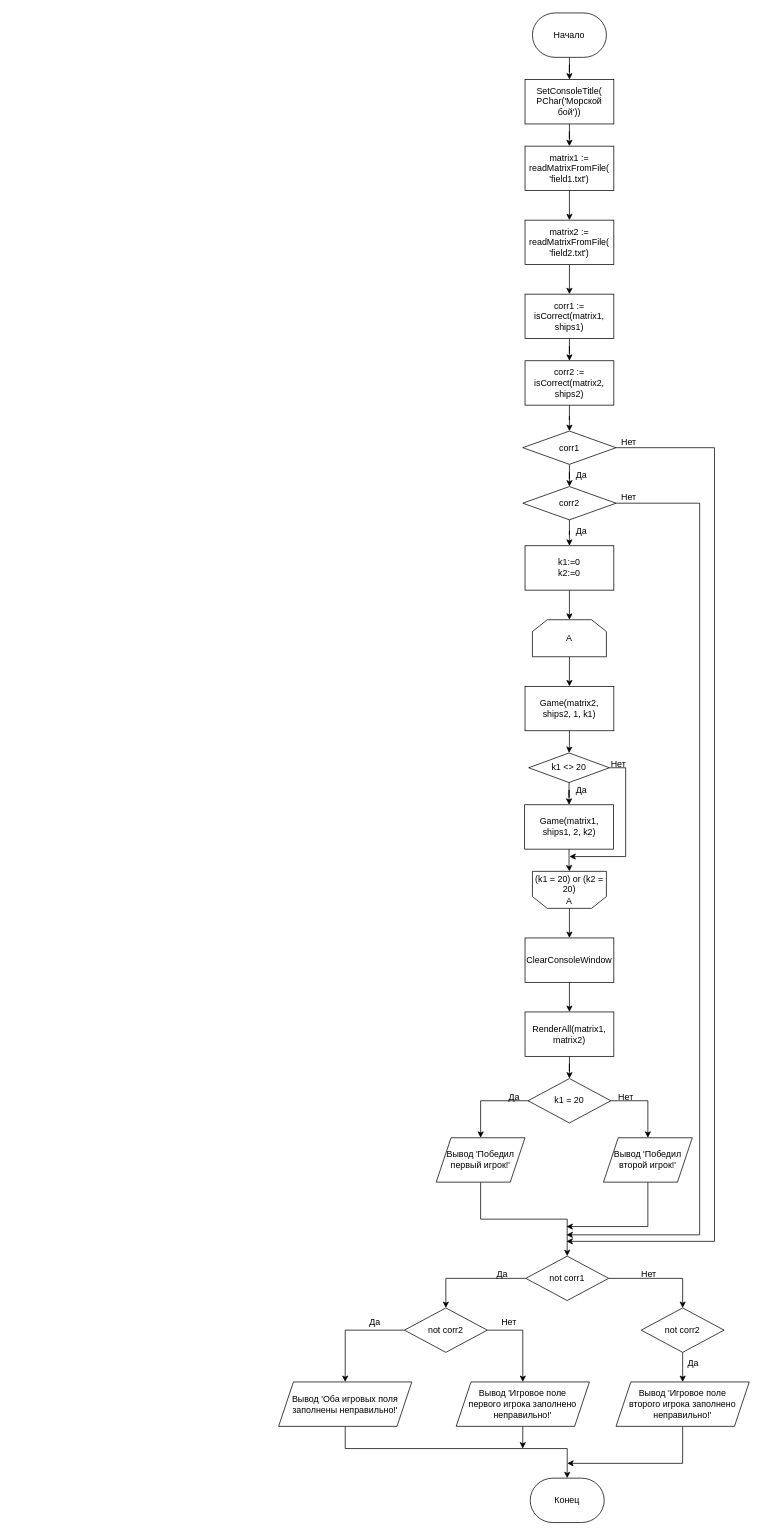
Above: documents/schemes/main.drawio in Radium000/OPI2 (draw.io), before the change. Source tidied: cells renumbered, new cells numbered last; positions are measured from the earlier drawing's top-left corner, leaving out a move shared by most shapes. Both pictures are drawn from the tidied source at 74%, with x=0, y=0 at pixel (278, 13).
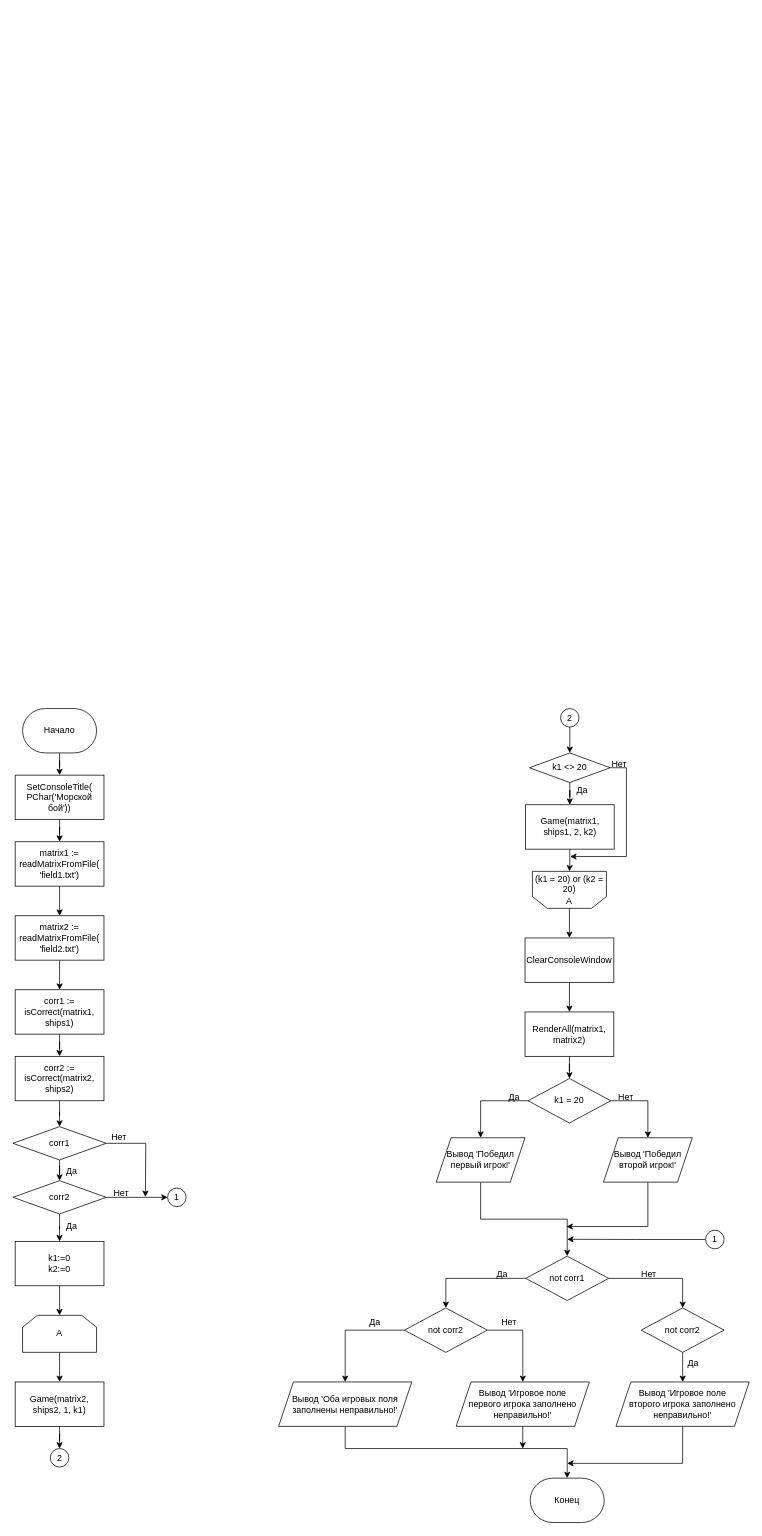
Above is the later version.

The edit, as a diff of the source:
```diff
@@
     <mxCell id="3" value="Начало" style="strokeWidth=1;html=1;shape=mxgraph.flowchart.terminator;whiteSpace=wrap;" parent="1" vertex="1">
-      <mxGeometry x="343" width="100" height="60" as="geometry" />
+      <mxGeometry x="-346" y="940" width="100" height="60" as="geometry" />
     </mxCell>
@@
     <mxCell id="5" value="SetConsoleTitle(&lt;br&gt;PChar('Морской бой'))" style="whiteSpace=wrap;html=1;strokeWidth=1;" parent="1" vertex="1">
-      <mxGeometry x="333" y="90" width="120" height="60" as="geometry" />
+      <mxGeometry x="-356" y="1030" width="120" height="60" as="geometry" />
     </mxCell>
@@
     <mxCell id="7" value="matrix1 := readMatrixFromFile(&lt;br&gt;'field1.txt')" style="whiteSpace=wrap;html=1;strokeWidth=1;" parent="1" vertex="1">
-      <mxGeometry x="333" y="180" width="120" height="60" as="geometry" />
+      <mxGeometry x="-356" y="1120" width="120" height="60" as="geometry" />
     </mxCell>
@@
     <mxCell id="9" value="matrix2 := readMatrixFromFile(&lt;br&gt;'field2.txt')" style="whiteSpace=wrap;html=1;strokeWidth=1;" parent="1" vertex="1">
-      <mxGeometry x="333" y="280" width="120" height="60" as="geometry" />
+      <mxGeometry x="-356" y="1220" width="120" height="60" as="geometry" />
     </mxCell>
@@
     <mxCell id="11" value="corr1 := isCorrect(matrix1, ships1)" style="whiteSpace=wrap;html=1;strokeWidth=1;" parent="1" vertex="1">
-      <mxGeometry x="333" y="380" width="120" height="60" as="geometry" />
+      <mxGeometry x="-356" y="1320" width="120" height="60" as="geometry" />
     </mxCell>
@@
     <mxCell id="13" value="corr2 := isCorrect(matrix2, ships2)" style="whiteSpace=wrap;html=1;strokeWidth=1;" parent="1" vertex="1">
-      <mxGeometry x="333" y="470" width="120" height="60" as="geometry" />
+      <mxGeometry x="-356" y="1410" width="120" height="60" as="geometry" />
     </mxCell>
@@
-    <mxCell id="15" style="edgeStyle=orthogonalEdgeStyle;rounded=0;jettySize=auto;html=1;exitX=1;exitY=0.5;exitDx=0;exitDy=0;" parent="1" edge="1" source="16">
-      <mxGeometry relative="1" as="geometry">
-        <mxPoint x="389" y="1660" as="targetPoint" />
-        <Array as="points">
-          <mxPoint x="589" y="588" />
-          <mxPoint x="589" y="1660" />
-          <mxPoint x="389" y="1660" />
-        </Array>
-      </mxGeometry>
-    </mxCell>
+    <mxCell id="72" style="edgeStyle=orthogonalEdgeStyle;rounded=0;jettySize=auto;html=1;exitX=1;exitY=0.5;exitDx=0;exitDy=0;" parent="1" edge="1" source="16">
+      <mxGeometry relative="1" as="geometry">
+        <mxPoint x="-180" y="1600" as="targetPoint" />
+      </mxGeometry>
+    </mxCell>
     <mxCell id="16" value="corr1" style="rhombus;whiteSpace=wrap;html=1;strokeWidth=1;" parent="1" vertex="1">
-      <mxGeometry x="330" y="565" width="126" height="45" as="geometry" />
+      <mxGeometry x="-359" y="1505" width="126" height="45" as="geometry" />
     </mxCell>
@@
-    <mxCell id="18" style="edgeStyle=orthogonalEdgeStyle;rounded=0;jettySize=auto;html=1;exitX=1;exitY=0.5;exitDx=0;exitDy=0;" parent="1" edge="1" source="19">
-      <mxGeometry relative="1" as="geometry">
-        <mxPoint x="389" y="1651.2" as="targetPoint" />
-        <Array as="points">
-          <mxPoint x="569" y="663" />
-          <mxPoint x="569" y="1651" />
-        </Array>
-      </mxGeometry>
-    </mxCell>
+    <mxCell id="73" style="edgeStyle=orthogonalEdgeStyle;rounded=0;jettySize=auto;html=1;exitX=1;exitY=0.5;exitDx=0;exitDy=0;" parent="1" edge="1" source="19" target="75">
+      <mxGeometry relative="1" as="geometry" />
+    </mxCell>
     <mxCell id="19" value="corr2" style="rhombus;whiteSpace=wrap;html=1;strokeWidth=1;" parent="1" vertex="1">
-      <mxGeometry x="330" y="640" width="126" height="45" as="geometry" />
+      <mxGeometry x="-359" y="1578" width="126" height="45" as="geometry" />
     </mxCell>
@@
     <mxCell id="21" value="&lt;div&gt;k1:=0&lt;/div&gt;&lt;div&gt;&lt;span style=&quot;background-color: initial;&quot;&gt;k2:=0&lt;/span&gt;&lt;/div&gt;" style="whiteSpace=wrap;html=1;strokeWidth=1;" parent="1" vertex="1">
-      <mxGeometry x="333" y="720" width="120" height="60" as="geometry" />
+      <mxGeometry x="-356" y="1660" width="120" height="60" as="geometry" />
     </mxCell>
@@
     <mxCell id="23" value="A" style="shape=loopLimit;whiteSpace=wrap;html=1;strokeWidth=1;" parent="1" vertex="1">
-      <mxGeometry x="343" y="820" width="100" height="50" as="geometry" />
+      <mxGeometry x="-346" y="1760" width="100" height="50" as="geometry" />
     </mxCell>
-    <mxCell id="24" style="edgeStyle=orthogonalEdgeStyle;rounded=0;jettySize=auto;html=1;" parent="1" edge="1" source="25" target="28">
-      <mxGeometry relative="1" as="geometry" />
-    </mxCell>
+    <mxCell id="74" style="edgeStyle=orthogonalEdgeStyle;rounded=0;jettySize=auto;html=1;" parent="1" edge="1" source="25" target="78">
+      <mxGeometry relative="1" as="geometry" />
+    </mxCell>
     <mxCell id="25" value="Game(matrix2, ships2, 1, k1)" style="whiteSpace=wrap;html=1;strokeWidth=1;" parent="1" vertex="1">
-      <mxGeometry x="333" y="910" width="120" height="60" as="geometry" />
+      <mxGeometry x="-356" y="1850" width="120" height="60" as="geometry" />
     </mxCell>
@@
     <mxCell id="27" style="edgeStyle=orthogonalEdgeStyle;rounded=0;jettySize=auto;html=1;exitX=1;exitY=0.5;exitDx=0;exitDy=0;" parent="1" edge="1" source="28">
       <mxGeometry relative="1" as="geometry">
-        <mxPoint x="393" y="1140" as="targetPoint" />
+        <mxPoint x="394" y="1140" as="targetPoint" />
         <Array as="points">
-          <mxPoint x="469" y="1020" />
-          <mxPoint x="469" y="1140" />
+          <mxPoint x="470" y="1020" />
+          <mxPoint x="470" y="1140" />
         </Array>
       </mxGeometry>
     </mxCell>
     <mxCell id="28" value="&amp;nbsp;k1 &amp;lt;&amp;gt; 20&amp;nbsp;" style="rhombus;whiteSpace=wrap;html=1;strokeWidth=1;" parent="1" vertex="1">
-      <mxGeometry x="338" y="1000" width="109" height="40" as="geometry" />
+      <mxGeometry x="339" y="1000" width="109" height="40" as="geometry" />
     </mxCell>
@@
     <mxCell id="30" value="Game(matrix1, ships1, 2, k2)" style="whiteSpace=wrap;html=1;strokeWidth=1;" parent="1" vertex="1">
-      <mxGeometry x="332.5" y="1070" width="120" height="60" as="geometry" />
+      <mxGeometry x="333.5" y="1070" width="120" height="60" as="geometry" />
     </mxCell>
     <mxCell id="31" value="Да" style="text;html=1;align=center;verticalAlign=middle;strokeColor=none;fillColor=none;" parent="1" vertex="1">
-      <mxGeometry x="389" y="1035" width="40" height="30" as="geometry" />
+      <mxGeometry x="390" y="1035" width="40" height="30" as="geometry" />
     </mxCell>
     <mxCell id="32" value="Да" style="text;html=1;align=center;verticalAlign=middle;strokeColor=none;fillColor=none;" parent="1" vertex="1">
-      <mxGeometry x="389" y="685" width="40" height="30" as="geometry" />
+      <mxGeometry x="-300" y="1625" width="40" height="30" as="geometry" />
     </mxCell>
     <mxCell id="33" value="Да" style="text;html=1;align=center;verticalAlign=middle;strokeColor=none;fillColor=none;" parent="1" vertex="1">
-      <mxGeometry x="389" y="610" width="40" height="30" as="geometry" />
+      <mxGeometry x="-300" y="1550" width="40" height="30" as="geometry" />
     </mxCell>
@@
     <mxCell id="36" value="Нет" style="text;html=1;align=center;verticalAlign=middle;strokeColor=none;fillColor=none;" parent="1" vertex="1">
-      <mxGeometry x="439" y="1000" width="40" height="30" as="geometry" />
+      <mxGeometry x="440" y="1000" width="40" height="30" as="geometry" />
     </mxCell>
     <mxCell id="37" value="Нет" style="text;html=1;align=center;verticalAlign=middle;strokeColor=none;fillColor=none;" parent="1" vertex="1">
-      <mxGeometry x="453" y="565" width="40" height="30" as="geometry" />
+      <mxGeometry x="-236" y="1504" width="40" height="30" as="geometry" />
     </mxCell>
@@
     <mxCell id="71" value="Нет" style="text;html=1;align=center;verticalAlign=middle;strokeColor=none;fillColor=none;" parent="1" vertex="1">
-      <mxGeometry x="453" y="640" width="40" height="30" as="geometry" />
+      <mxGeometry x="-233" y="1580" width="40" height="30" as="geometry" />
     </mxCell>
+    <mxCell id="75" value="1" style="ellipse;whiteSpace=wrap;html=1;" parent="1" vertex="1">
+      <mxGeometry x="-150" y="1588" width="25" height="25" as="geometry" />
+    </mxCell>
+    <mxCell id="76" style="edgeStyle=orthogonalEdgeStyle;rounded=0;jettySize=auto;html=1;exitX=0;exitY=0.5;exitDx=0;exitDy=0;" parent="1" edge="1" source="77">
+      <mxGeometry relative="1" as="geometry">
+        <mxPoint x="390" y="1657.2" as="targetPoint" />
+      </mxGeometry>
+    </mxCell>
+    <mxCell id="77" value="1" style="ellipse;whiteSpace=wrap;html=1;" parent="1" vertex="1">
+      <mxGeometry x="577" y="1645" width="25" height="25" as="geometry" />
+    </mxCell>
+    <mxCell id="78" value="2" style="ellipse;whiteSpace=wrap;html=1;" parent="1" vertex="1">
+      <mxGeometry x="-308.5" y="1940" width="25" height="25" as="geometry" />
+    </mxCell>
+    <mxCell id="79" style="edgeStyle=orthogonalEdgeStyle;rounded=0;jettySize=auto;html=1;exitX=0.5;exitY=1;exitDx=0;exitDy=0;entryX=0.5;entryY=0;entryDx=0;entryDy=0;" parent="1" edge="1" source="80" target="28">
+      <mxGeometry relative="1" as="geometry" />
+    </mxCell>
+    <mxCell id="80" value="2" style="ellipse;whiteSpace=wrap;html=1;" parent="1" vertex="1">
+      <mxGeometry x="381" y="940" width="25" height="25" as="geometry" />
+    </mxCell>
```
